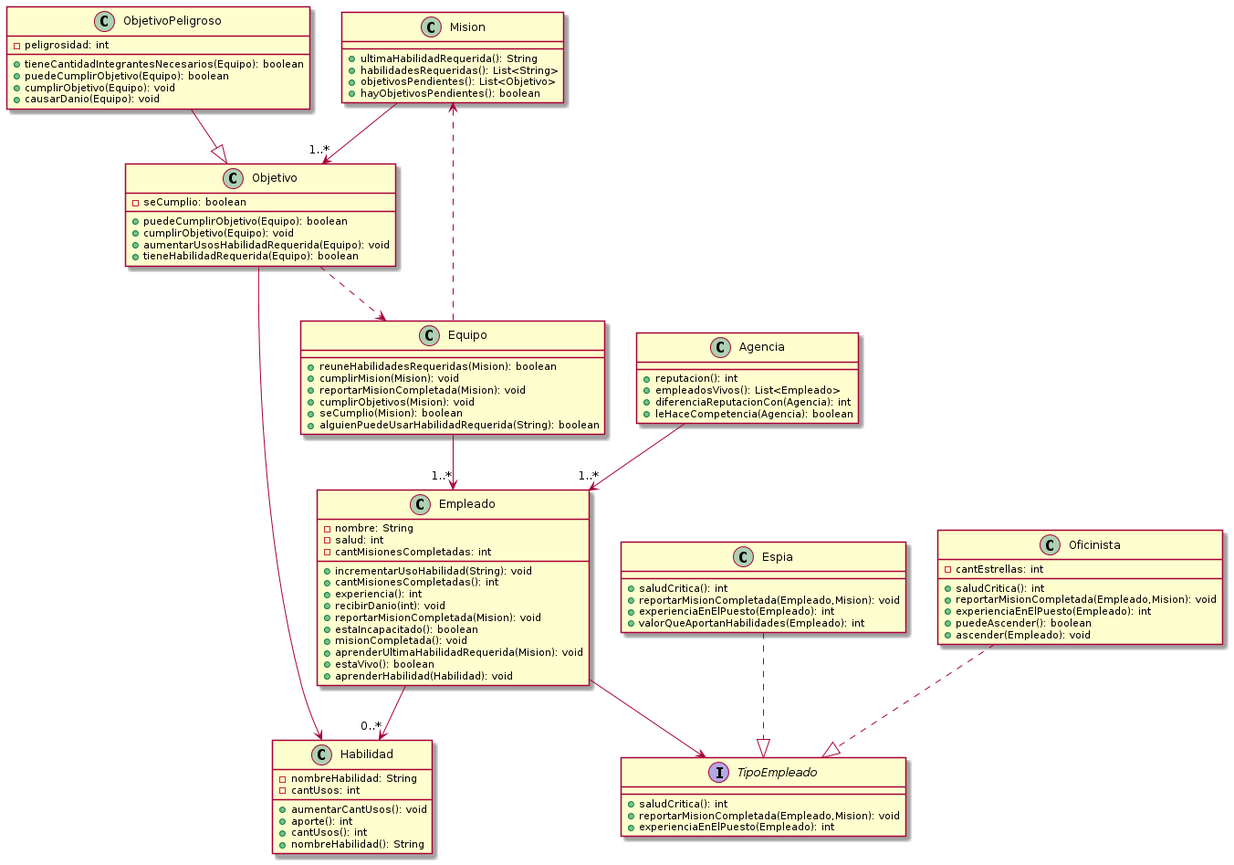
Above: UML-Class-Diagram.png in marcosmyh/Danger-Zone (PlantUML), before the change.
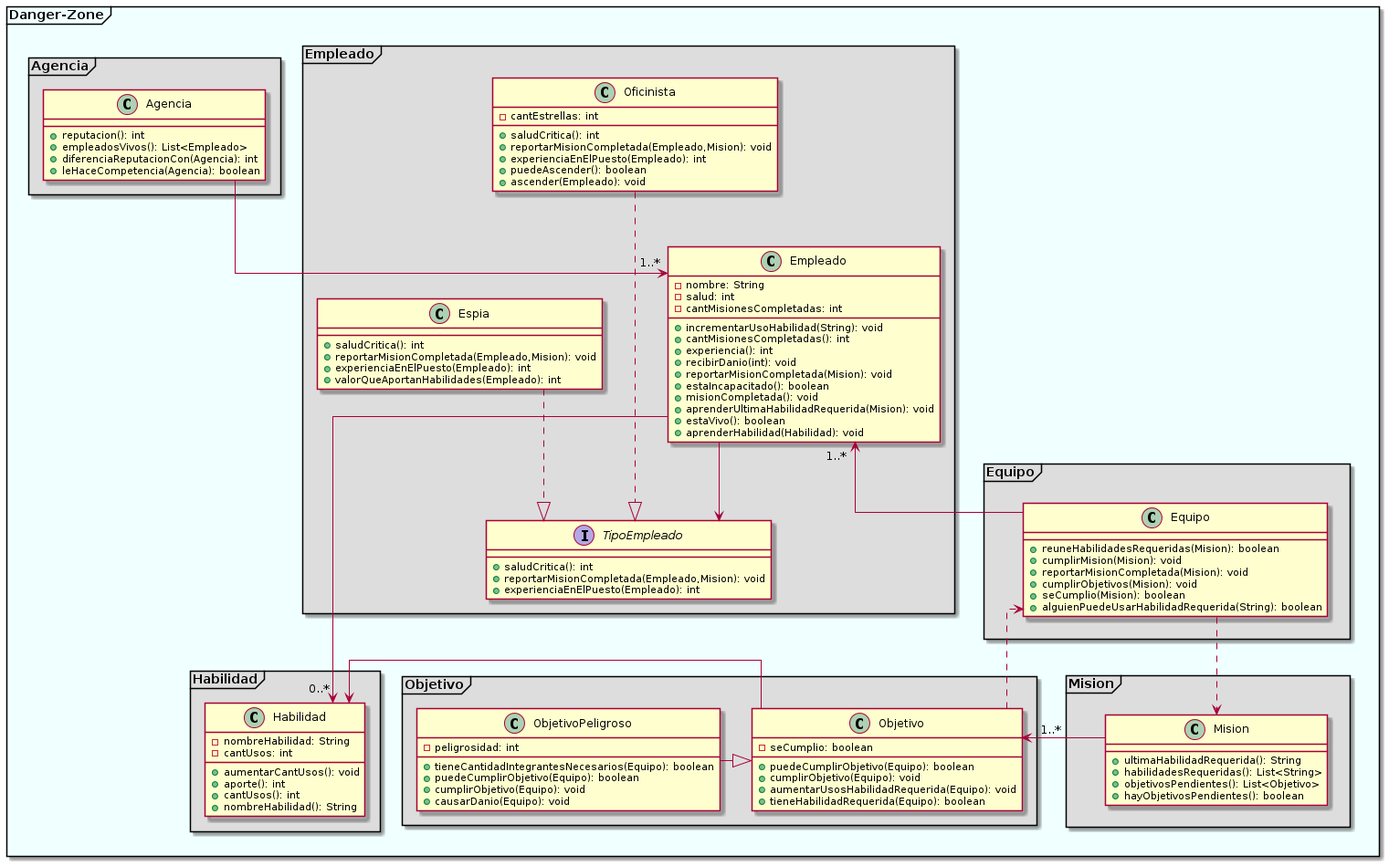
After the change.

Commit message:
Modifico diagrama de clases

Diff of the diagram source:
```diff
@@ -1,15 +1,31 @@
 @startuml
-	Mision --> "1..*" Objetivo
-	ObjetivoPeligroso --|> Objetivo
-	Objetivo --> Habilidad
-	Objetivo ..> Equipo
-	Empleado --> "0..*" Habilidad
-	Equipo --> "1..*" Empleado
-	Equipo ..> Mision
-	Agencia --> "1..*" Empleado
+package Danger-Zone <<Frame>> #F0FFFF{
+	skinparam linetype ortho
+
+package Empleado <<Frame>> #DDDDDD{
 	Empleado --> TipoEmpleado
 	Espia ..|> TipoEmpleado
-	Oficinista ..|> TipoEmpleado
+	Oficinista ...|> TipoEmpleado
+	Empleado "1..*   " <--Equipo
+
+	class Empleado{
+		-nombre: String
+		-salud: int
+		-cantMisionesCompletadas: int
+
+		+incrementarUsoHabilidad(String): void
+		+cantMisionesCompletadas(): int
+		+experiencia(): int
+		+recibirDanio(int): void
+		+reportarMisionCompletada(Mision): void
+		+estaIncapacitado(): boolean
+		+misionCompletada(): void
+		+aprenderUltimaHabilidadRequerida(Mision): void
+		+estaVivo(): boolean
+		+aprenderHabilidad(Habilidad): void
+	}
+
+
 
 	interface TipoEmpleado{
 		+saludCritica(): int
@@ -33,14 +49,20 @@
 		+puedeAscender(): boolean
 		+ascender(Empleado): void
 	}
+}
 
+package Agencia <<Frame>> #DDDDDD{
+	Agencia --> "1..*" Empleado
 	class Agencia{
 		+reputacion(): int
 		+empleadosVivos(): List<Empleado>
 		+diferenciaReputacionCon(Agencia): int
 		+leHaceCompetencia(Agencia): boolean
 	}
+}
 
+package Equipo <<Frame>> #DDDDDD{
+	Equipo ..> Mision
 	class Equipo{
 		+reuneHabilidadesRequeridas(Mision): boolean
 		+cumplirMision(Mision): void
@@ -51,27 +73,21 @@
 
 
 	}
+}
 
 
-	class Empleado{
-		-nombre: String
-		-salud: int
-		-cantMisionesCompletadas: int
-
-		+incrementarUsoHabilidad(String): void
-		+cantMisionesCompletadas(): int
-		+experiencia(): int
-		+recibirDanio(int): void
-		+reportarMisionCompletada(Mision): void
-		+estaIncapacitado(): boolean
-		+misionCompletada(): void
-		+aprenderUltimaHabilidadRequerida(Mision): void
-		+estaVivo(): boolean
-		+aprenderHabilidad(Habilidad): void
-
-
+package Mision <<Frame>> #DDDDDD{
+	class Mision{
+		+ultimaHabilidadRequerida(): String
+		+habilidadesRequeridas(): List<String>
+		+objetivosPendientes(): List<Objetivo>
+		+hayObjetivosPendientes(): boolean
 	}
 
+}
+
+package Habilidad <<Frame>> #DDDDDD{
+	Empleado ---> "0..*  " Habilidad
 
 	class Habilidad{
 		-nombreHabilidad: String
@@ -82,6 +98,14 @@
 		+cantUsos(): int
 		+nombreHabilidad(): String
 	}
+}
+
+
+package Objetivo <<Frame>> #DDDDDD{
+	ObjetivoPeligroso -|> Objetivo
+	Objetivo -left-> Habilidad
+	Objetivo ..> Equipo
+	Mision --> "   1..*" Objetivo
 
 	class Objetivo{
 		-seCumplio: boolean
@@ -101,14 +125,6 @@
 		+causarDanio(Equipo): void
 
 	}
-
-	class Mision{
-		+ultimaHabilidadRequerida(): String
-		+habilidadesRequeridas(): List<String>
-		+objetivosPendientes(): List<Objetivo>
-		+hayObjetivosPendientes(): boolean
-	}
-
-
-
+}
+}
 @enduml
```
